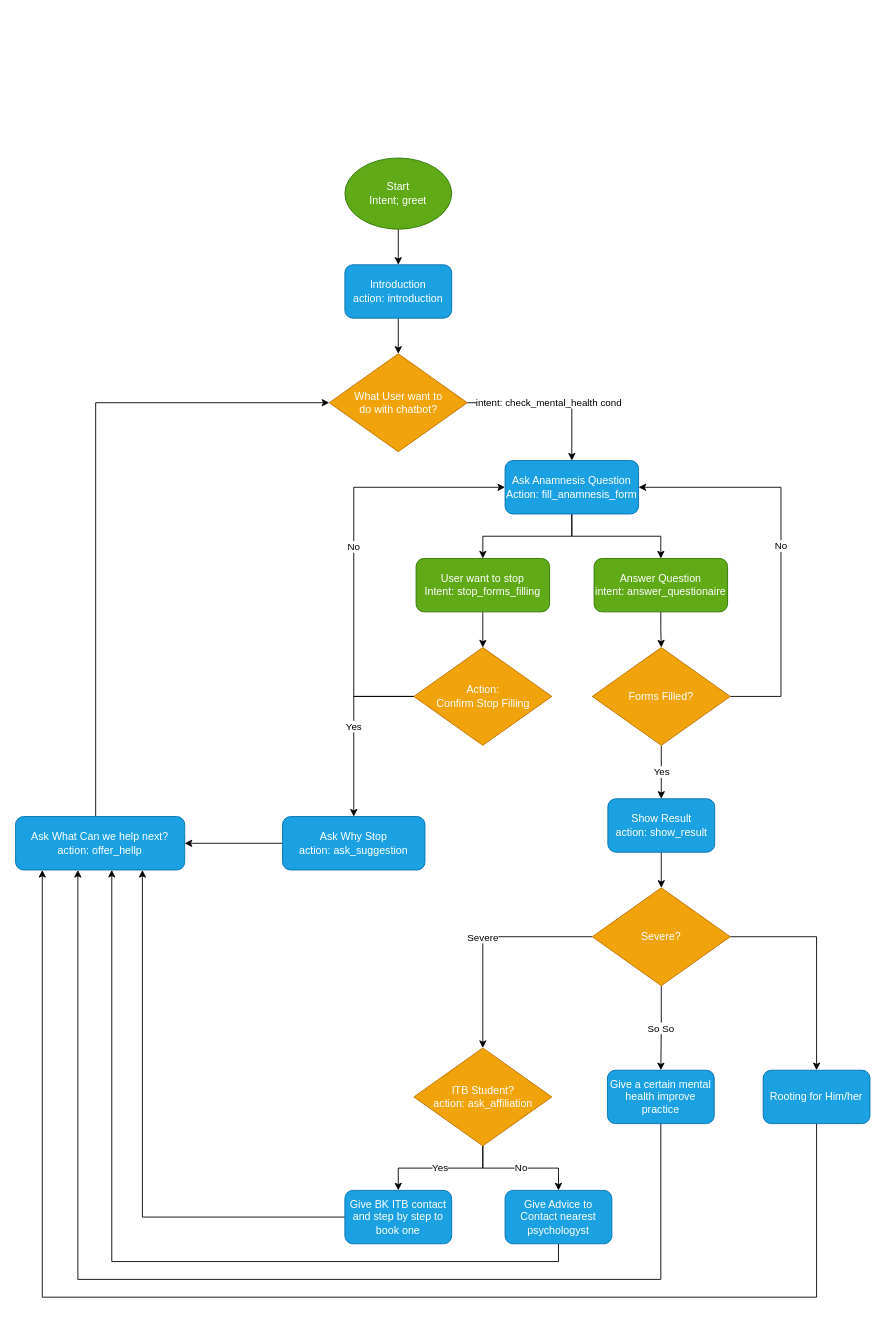
Earlier version of the draw.io diagram docs/flow.drawio (rid1hady/mhealth-bot). Source tidied: cells renumbered, new cells numbered last; positions are measured from the earlier drawing's top-left corner, leaving out a move shared by most shapes. Both pictures are drawn from the tidied source at 89%, with x=0, y=0 at pixel (15, 158).
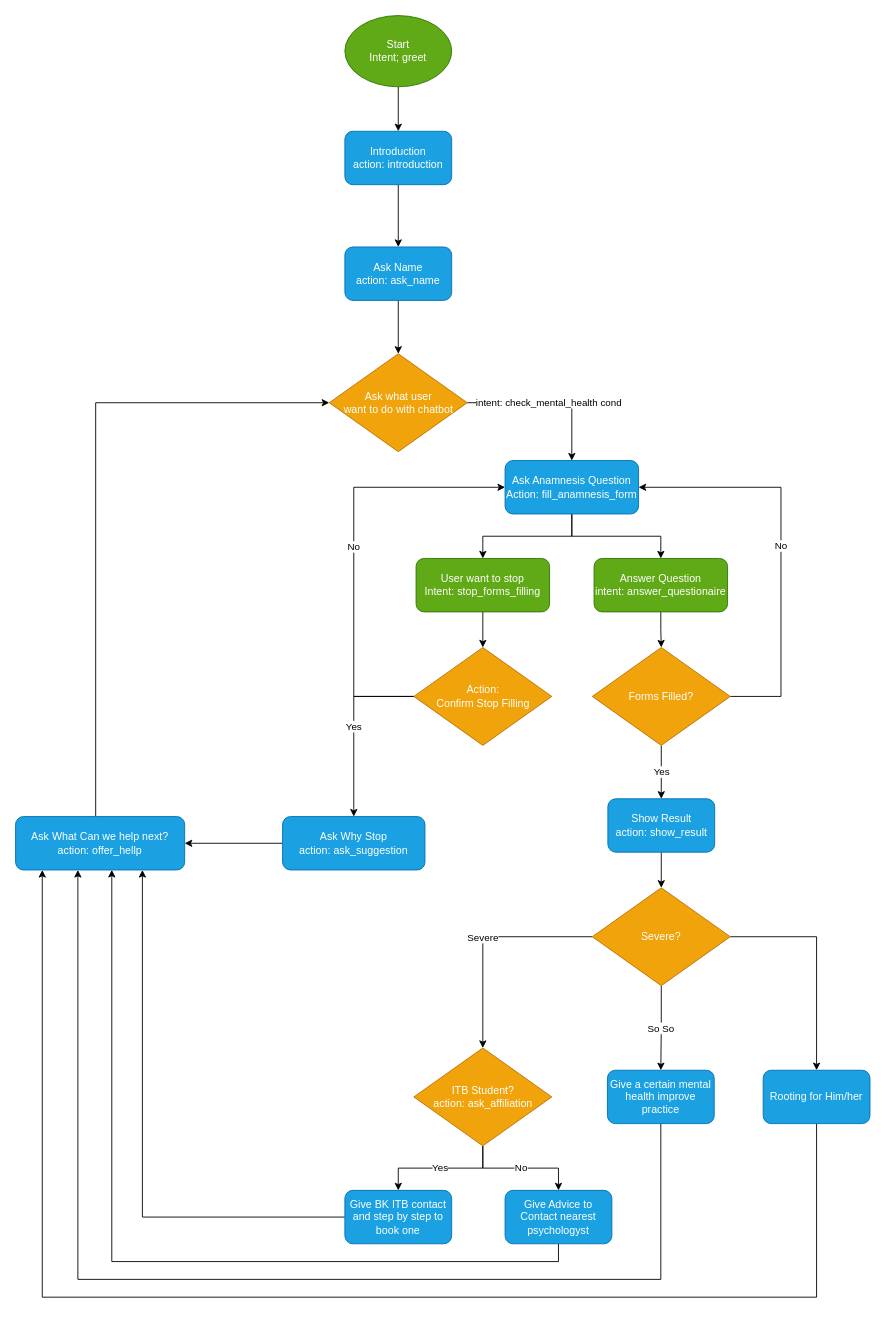
The same diagram, later.

Commit message (it also covers changes not shown here):
feat: Full Flow V1

Change to the diagram source:
```diff
@@
     <mxCell id="3" value="Start&lt;br&gt;Intent; greet" style="ellipse;whiteSpace=wrap;html=1;fillColor=#60a917;strokeColor=#2D7600;fontColor=#ffffff;" parent="1" vertex="1">
-      <mxGeometry x="370" width="120" height="80" as="geometry" />
+      <mxGeometry x="370" y="-160" width="120" height="80" as="geometry" />
     </mxCell>
-    <mxCell id="4" style="edgeStyle=orthogonalEdgeStyle;rounded=0;jettySize=auto;html=1;entryX=0.5;entryY=0;entryDx=0;entryDy=0;" parent="1" edge="1" source="5" target="7">
+    <mxCell id="4" style="edgeStyle=orthogonalEdgeStyle;rounded=0;jettySize=auto;html=1;entryX=0.5;entryY=0;entryDx=0;entryDy=0;exitX=0.5;exitY=1;exitDx=0;exitDy=0;" parent="1" edge="1" source="43" target="7">
       <mxGeometry relative="1" as="geometry" />
     </mxCell>
+    <mxCell id="42" style="edgeStyle=orthogonalEdgeStyle;rounded=0;jettySize=auto;html=1;entryX=0.5;entryY=0;entryDx=0;entryDy=0;" parent="1" edge="1" source="5" target="43">
+      <mxGeometry relative="1" as="geometry" />
+    </mxCell>
     <mxCell id="5" value="Introduction&lt;br&gt;action: introduction" style="rounded=1;whiteSpace=wrap;html=1;fillColor=#1ba1e2;strokeColor=#006EAF;fontColor=#ffffff;" parent="1" vertex="1">
-      <mxGeometry x="370" y="120" width="120" height="60" as="geometry" />
+      <mxGeometry x="370" y="-30" width="120" height="60" as="geometry" />
     </mxCell>
@@
-    <mxCell id="7" value="What User want to&lt;br&gt;do with chatbot?" style="rhombus;whiteSpace=wrap;html=1;fillColor=#f0a30a;strokeColor=#BD7000;fontColor=#ffffff;" parent="1" vertex="1">
+    <mxCell id="7" value="Ask what user &lt;br&gt;want to do with chatbot" style="rhombus;whiteSpace=wrap;html=1;fillColor=#f0a30a;strokeColor=#BD7000;fontColor=#ffffff;" parent="1" vertex="1">
       <mxGeometry x="352.5" y="220" width="155" height="110" as="geometry" />
     </mxCell>
@@
+    <mxCell id="43" value="Ask Name&lt;br&gt;action: ask_name" style="rounded=1;whiteSpace=wrap;html=1;fillColor=#1ba1e2;strokeColor=#006EAF;fontColor=#ffffff;" parent="1" vertex="1">
+      <mxGeometry x="370" y="100" width="120" height="60" as="geometry" />
+    </mxCell>
```
